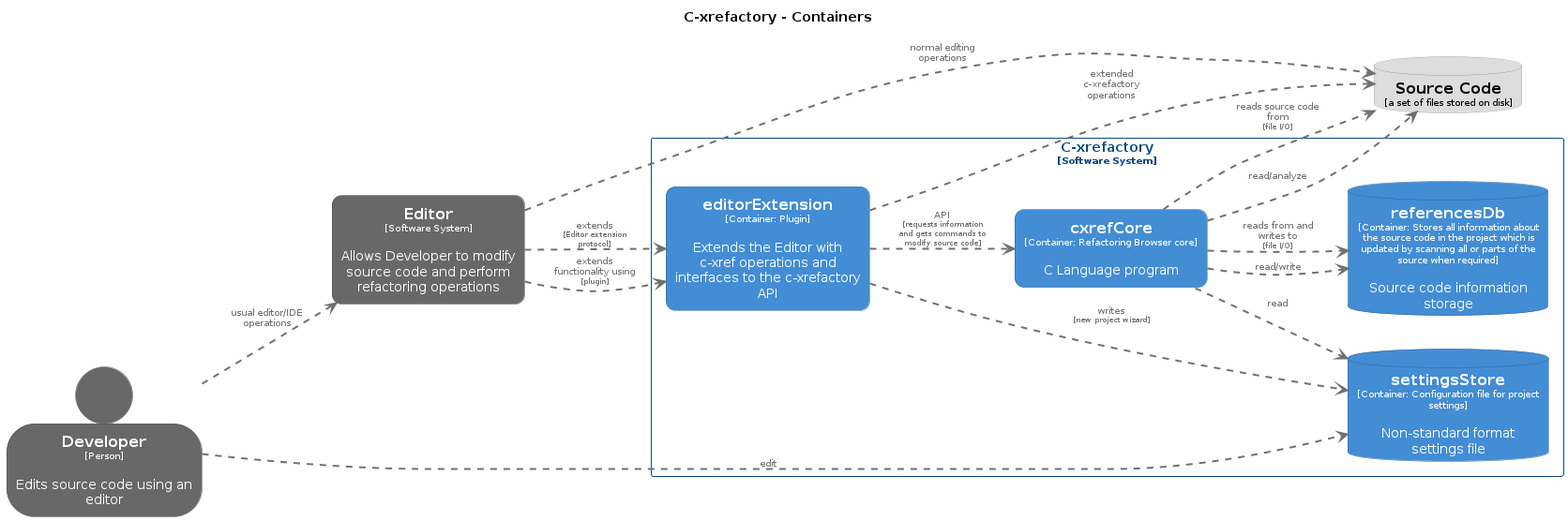
Before: ContainerView.png, a diagram exported from PlantUML (thoni56/c-xrefactory).
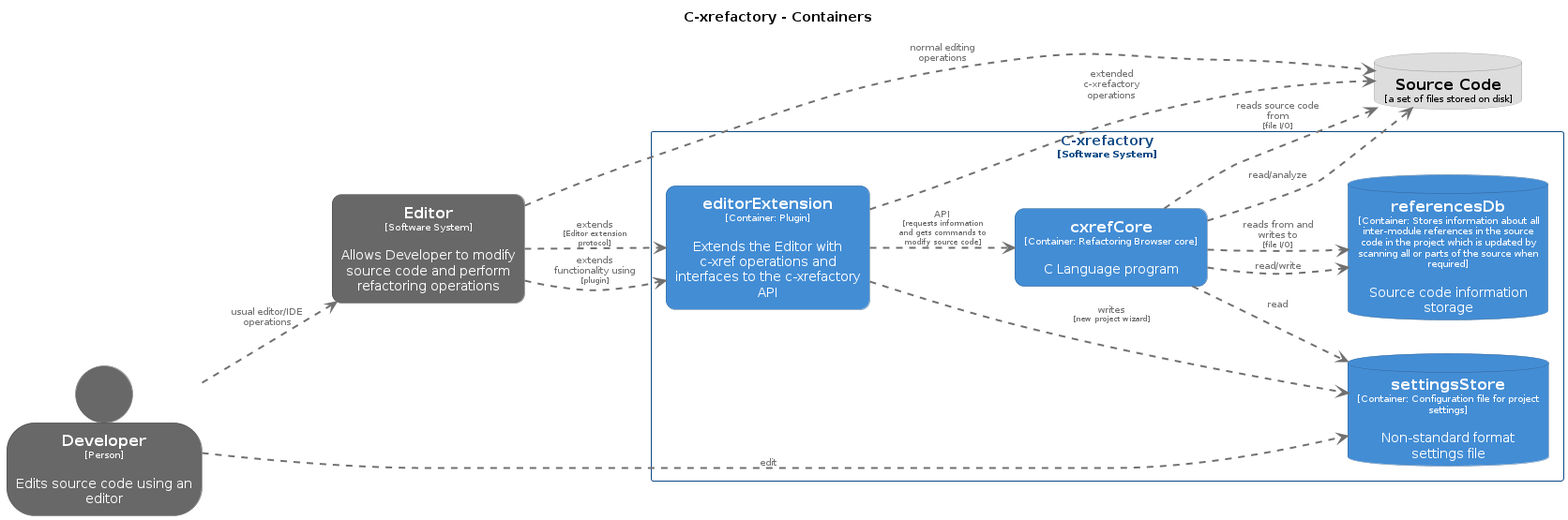
The same file after the commit.

Change to the diagram source:
```diff
@@ -71,7 +71,7 @@
 rectangle "C-xrefactory\n<size:10>[Software System]</size>" <<Cxrefactory>> {
   rectangle "==cxrefCore\n<size:10>[Container: Refactoring Browser core]</size>\n\nC Language program" <<Cxrefactory.cxrefCore>> as Cxrefactory.cxrefCore
   database "==settingsStore\n<size:10>[Container: Configuration file for project settings]</size>\n\nNon-standard format settings file" <<Cxrefactory.settingsStore>> as Cxrefactory.settingsStore
-  database "==referencesDb\n<size:10>[Container: Stores all information about the source code in the project which is updated by scanning all or parts of the source when required]</size>\n\nSource code information storage" <<Cxrefactory.referencesDb>> as Cxrefactory.referencesDb
+  database "==referencesDb\n<size:10>[Container: Stores information about all inter-module references in the source code in the project which is updated by scanning all or parts of the source when required]</size>\n\nSource code information storage" <<Cxrefactory.referencesDb>> as Cxrefactory.referencesDb
   rectangle "==editorExtension\n<size:10>[Container: Plugin]</size>\n\nExtends the Editor with c-xref operations and interfaces to the c-xrefactory API" <<Cxrefactory.editorExtension>> as Cxrefactory.editorExtension
 }
 
```
